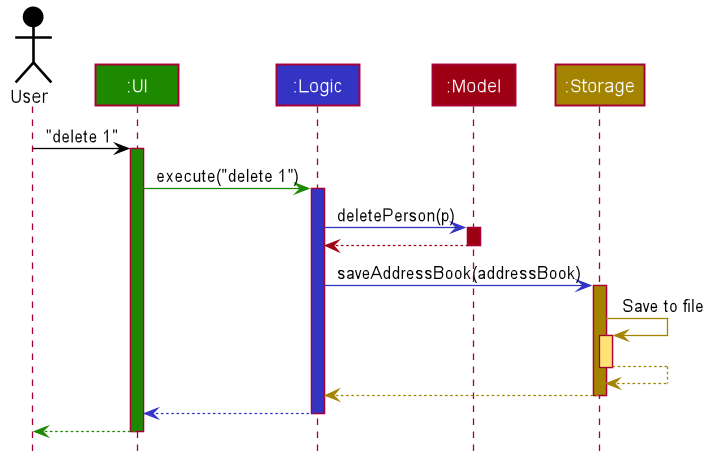
This is docs/images/ArchitectureSequenceDiagram.png from nus-cs2103-AY2122S1/tp, a PlantUML export, as it was before one commit.
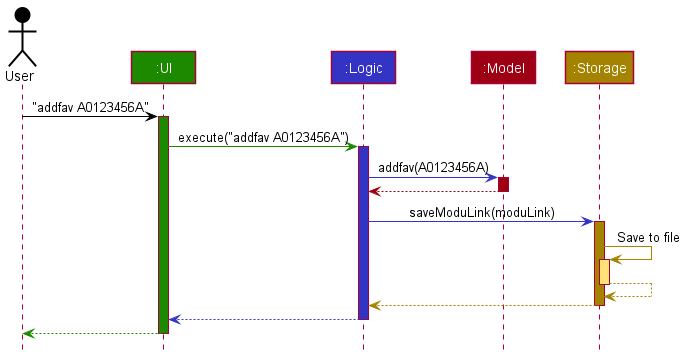
Later version of the same file.

The edit, as a diff of the source:
```diff
@@ -1,85 +1,38 @@
 @startuml
+!include style.puml
 
+Actor User as user USER_COLOR
+Participant ":UI" as ui UI_COLOR
+Participant ":Logic" as logic LOGIC_COLOR
+Participant ":Model" as model MODEL_COLOR
+Participant ":Storage" as storage STORAGE_COLOR
 
+user -[USER_COLOR]> ui : "addfav A0123456A"
+activate ui UI_COLOR
 
+ui -[UI_COLOR]> logic : execute("addfav A0123456A")
+activate logic LOGIC_COLOR
 
+logic -[LOGIC_COLOR]> model : addfav(A0123456A)
+activate model MODEL_COLOR
 
-
-
-
-skinparam BackgroundColor #FFFFFFF
-
-skinparam Shadowing false
-
-skinparam Class {
-    FontColor #FFFFFF
-    BorderThickness 1
-    BorderColor #FFFFFF
-    StereotypeFontColor #FFFFFF
-    FontName Arial
-}
-
-skinparam Actor {
-    BorderColor #000000
-    Color #000000
-    FontName Arial
-}
-
-skinparam Sequence {
-    MessageAlign center
-    BoxFontSize 15
-    BoxPadding 0
-    BoxFontColor #FFFFFF
-    FontName Arial
-}
-
-skinparam Participant {
-    FontColor #FFFFFFF
-    Padding 20
-}
-
-skinparam MinClassWidth 50
-skinparam ParticipantPadding 10
-skinparam Shadowing false
-skinparam DefaultTextAlignment center
-skinparam packageStyle Rectangle
-
-hide footbox
-hide members
-hide circle
-
-Actor User as user #000000
-Participant ":UI" as ui #1D8900
-Participant ":Logic" as logic #3333C4
-Participant ":Model" as model #9D0012
-Participant ":Storage" as storage #A38300
-
-user -[#000000]> ui : "delete 1"
-activate ui #1D8900
-
-ui -[#1D8900]> logic : execute("delete 1")
-activate logic #3333C4
-
-logic -[#3333C4]> model : deletePerson(p)
-activate model #9D0012
-
-model -[#9D0012]-> logic
+model -[MODEL_COLOR]-> logic
 deactivate model
 
-logic -[#3333C4]> storage : saveAddressBook(addressBook)
-activate storage #A38300
+logic -[LOGIC_COLOR]> storage : saveModuLink(moduLink)
+activate storage STORAGE_COLOR
 
-storage -[#A38300]> storage : Save to file
-activate storage #FFE374
-storage --[#A38300]> storage
+storage -[STORAGE_COLOR]> storage : Save to file
+activate storage STORAGE_COLOR_T1
+storage --[STORAGE_COLOR]> storage
 deactivate storage
 
-storage --[#A38300]> logic
+storage --[STORAGE_COLOR]> logic
 deactivate storage
 
-logic --[#3333C4]> ui
+logic --[LOGIC_COLOR]> ui
 deactivate logic
 
-ui--[#1D8900]> user
+ui--[UI_COLOR]> user
 deactivate ui
 @enduml
```
